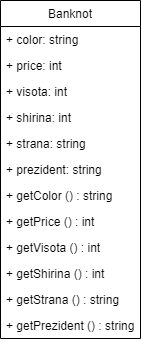
Earlier version of the draw.io export Untitled Diagram.drawio.png (Bel1for/banknot). Source tidied: cells renumbered, new cells last; positions are measured from the earlier drawing's top-left corner, leaving out a move shared by most shapes.
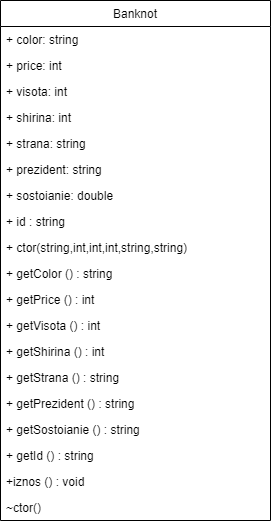
Later version of the same file.

Diff of the diagram source:
```diff
@@ -3,43 +3,64 @@
     <mxCell id="0" />
     <mxCell id="1" parent="0" />
     <mxCell id="2" value="Banknot" style="swimlane;fontStyle=0;horizontal=1;startSize=26;fillColor=none;" parent="1" vertex="1">
-      <mxGeometry width="140" height="338" as="geometry" />
+      <mxGeometry width="270" height="520" as="geometry" />
     </mxCell>
     <mxCell id="3" value="+ color: string" style="text;strokeColor=none;fillColor=none;align=left;verticalAlign=top;spacingLeft=4;spacingRight=4;overflow=hidden;" parent="2" vertex="1">
-      <mxGeometry y="26" width="140" height="26" as="geometry" />
+      <mxGeometry y="26" width="270" height="26" as="geometry" />
     </mxCell>
     <mxCell id="4" value="+ price: int " style="text;strokeColor=none;fillColor=none;align=left;verticalAlign=top;spacingLeft=4;spacingRight=4;overflow=hidden;" parent="2" vertex="1">
-      <mxGeometry y="52" width="140" height="26" as="geometry" />
+      <mxGeometry y="52" width="270" height="26" as="geometry" />
     </mxCell>
     <mxCell id="5" value="+ visota: int " style="text;strokeColor=none;fillColor=none;align=left;verticalAlign=top;spacingLeft=4;spacingRight=4;overflow=hidden;" parent="2" vertex="1">
-      <mxGeometry y="78" width="140" height="26" as="geometry" />
+      <mxGeometry y="78" width="270" height="26" as="geometry" />
     </mxCell>
     <mxCell id="6" value="+ shirina: int " style="text;strokeColor=none;fillColor=none;align=left;verticalAlign=top;spacingLeft=4;spacingRight=4;overflow=hidden;" parent="2" vertex="1">
-      <mxGeometry y="104" width="140" height="26" as="geometry" />
+      <mxGeometry y="104" width="270" height="26" as="geometry" />
     </mxCell>
     <mxCell id="7" value="+ strana: string  " style="text;strokeColor=none;fillColor=none;align=left;verticalAlign=top;spacingLeft=4;spacingRight=4;overflow=hidden;" parent="2" vertex="1">
-      <mxGeometry y="130" width="140" height="26" as="geometry" />
+      <mxGeometry y="130" width="270" height="26" as="geometry" />
     </mxCell>
     <mxCell id="8" value="+ prezident: string&#10;" style="text;strokeColor=none;fillColor=none;align=left;verticalAlign=top;spacingLeft=4;spacingRight=4;overflow=hidden;" parent="2" vertex="1">
-      <mxGeometry y="156" width="140" height="26" as="geometry" />
+      <mxGeometry y="156" width="270" height="26" as="geometry" />
     </mxCell>
+    <mxCell id="15" value="+ sostoianie: double&#10;" style="text;strokeColor=none;fillColor=none;align=left;verticalAlign=top;spacingLeft=4;spacingRight=4;overflow=hidden;" parent="2" vertex="1">
+      <mxGeometry y="182" width="270" height="26" as="geometry" />
+    </mxCell>
+    <mxCell id="16" value="+ id : string &#10;" style="text;strokeColor=none;fillColor=none;align=left;verticalAlign=top;spacingLeft=4;spacingRight=4;overflow=hidden;" parent="2" vertex="1">
+      <mxGeometry y="208" width="270" height="26" as="geometry" />
+    </mxCell>
+    <mxCell id="17" value="+ ctor(string,int,int,int,string,string)&#10;" style="text;strokeColor=none;fillColor=none;align=left;verticalAlign=top;spacingLeft=4;spacingRight=4;overflow=hidden;" parent="2" vertex="1">
+      <mxGeometry y="234" width="270" height="26" as="geometry" />
+    </mxCell>
     <mxCell id="9" value="+ getColor () : string" style="text;strokeColor=none;fillColor=none;align=left;verticalAlign=top;spacingLeft=4;spacingRight=4;overflow=hidden;" parent="2" vertex="1">
-      <mxGeometry y="182" width="140" height="26" as="geometry" />
+      <mxGeometry y="260" width="270" height="26" as="geometry" />
     </mxCell>
     <mxCell id="10" value="+ getPrice () : int&#10;" style="text;strokeColor=none;fillColor=none;align=left;verticalAlign=top;spacingLeft=4;spacingRight=4;overflow=hidden;" parent="2" vertex="1">
-      <mxGeometry y="208" width="140" height="26" as="geometry" />
+      <mxGeometry y="286" width="270" height="26" as="geometry" />
     </mxCell>
     <mxCell id="11" value="+ getVisota () : int&#10;" style="text;strokeColor=none;fillColor=none;align=left;verticalAlign=top;spacingLeft=4;spacingRight=4;overflow=hidden;" parent="2" vertex="1">
-      <mxGeometry y="234" width="140" height="26" as="geometry" />
+      <mxGeometry y="312" width="270" height="26" as="geometry" />
     </mxCell>
     <mxCell id="12" value="+ getShirina () : int&#10;" style="text;strokeColor=none;fillColor=none;align=left;verticalAlign=top;spacingLeft=4;spacingRight=4;overflow=hidden;" parent="2" vertex="1">
-      <mxGeometry y="260" width="140" height="26" as="geometry" />
+      <mxGeometry y="338" width="270" height="26" as="geometry" />
     </mxCell>
     <mxCell id="13" value="+ getStrana () : string&#10;" style="text;strokeColor=none;fillColor=none;align=left;verticalAlign=top;spacingLeft=4;spacingRight=4;overflow=hidden;" parent="2" vertex="1">
-      <mxGeometry y="286" width="140" height="26" as="geometry" />
+      <mxGeometry y="364" width="270" height="26" as="geometry" />
     </mxCell>
     <mxCell id="14" value="+ getPrezident () : string&#10;" style="text;strokeColor=none;fillColor=none;align=left;verticalAlign=top;spacingLeft=4;spacingRight=4;overflow=hidden;" parent="2" vertex="1">
-      <mxGeometry y="312" width="140" height="26" as="geometry" />
+      <mxGeometry y="390" width="270" height="26" as="geometry" />
     </mxCell>
+    <mxCell id="18" value="+ getSostoianie () : string&#10;" style="text;strokeColor=none;fillColor=none;align=left;verticalAlign=top;spacingLeft=4;spacingRight=4;overflow=hidden;" parent="2" vertex="1">
+      <mxGeometry y="416" width="270" height="26" as="geometry" />
+    </mxCell>
+    <mxCell id="19" value="+ getId () : string" style="text;strokeColor=none;fillColor=none;align=left;verticalAlign=top;spacingLeft=4;spacingRight=4;overflow=hidden;" parent="2" vertex="1">
+      <mxGeometry y="442" width="270" height="26" as="geometry" />
+    </mxCell>
+    <mxCell id="20" value="+iznos () : void" style="text;strokeColor=none;fillColor=none;align=left;verticalAlign=top;spacingLeft=4;spacingRight=4;overflow=hidden;" parent="2" vertex="1">
+      <mxGeometry y="468" width="270" height="26" as="geometry" />
+    </mxCell>
+    <mxCell id="21" value="~ctor() " style="text;strokeColor=none;fillColor=none;align=left;verticalAlign=top;spacingLeft=4;spacingRight=4;overflow=hidden;" parent="2" vertex="1">
+      <mxGeometry y="494" width="270" height="26" as="geometry" />
+    </mxCell>
   </root>
 </mxGraphModel>
```
